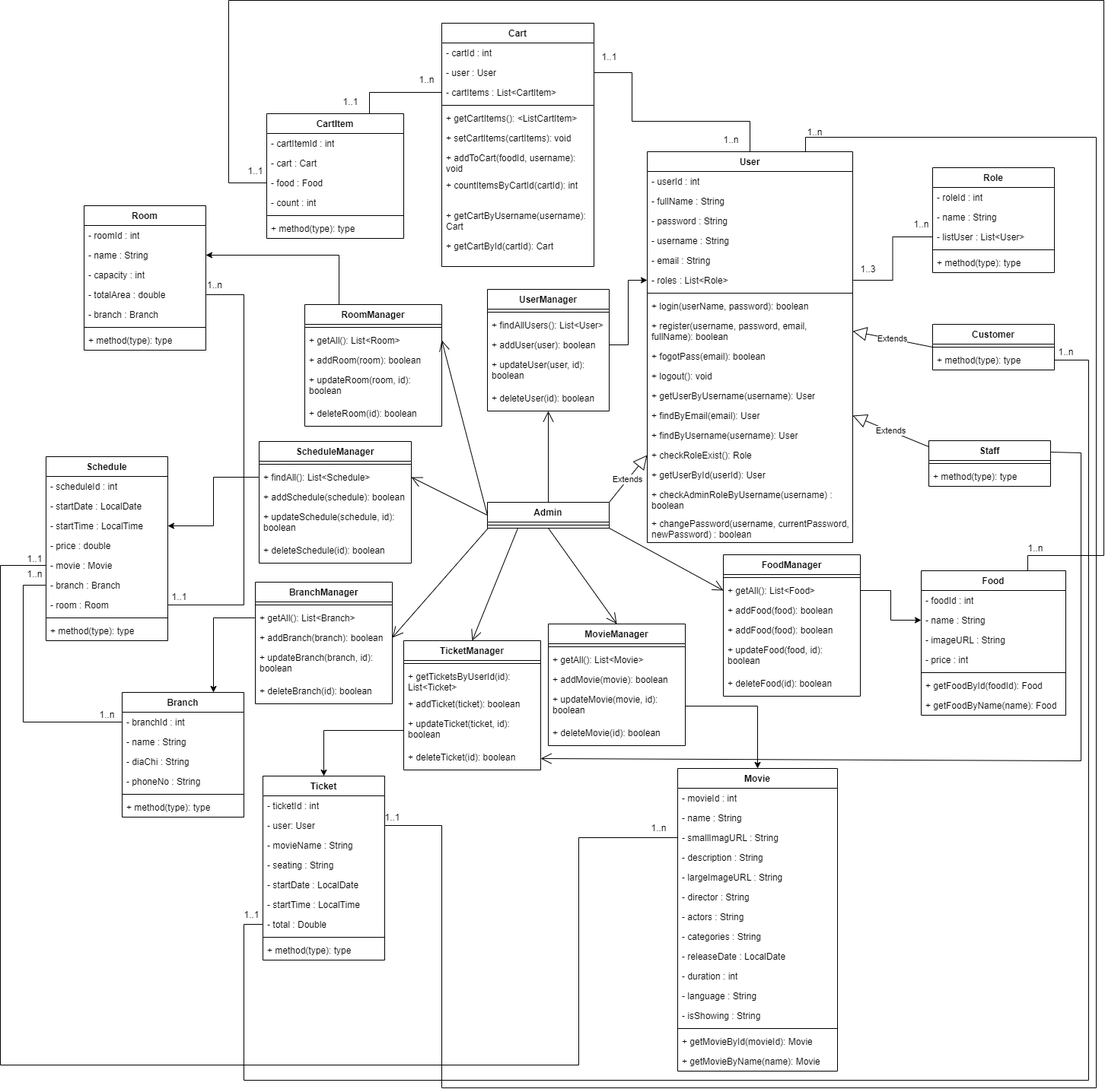
Before: docs/ClassDiagram.png, a diagram exported from draw.io (ElitotHuan/DACN_HeThongDatVe). Source tidied: cells renumbered, new cells last; positions are measured from the earlier drawing's top-left corner, leaving out a move shared by most shapes.
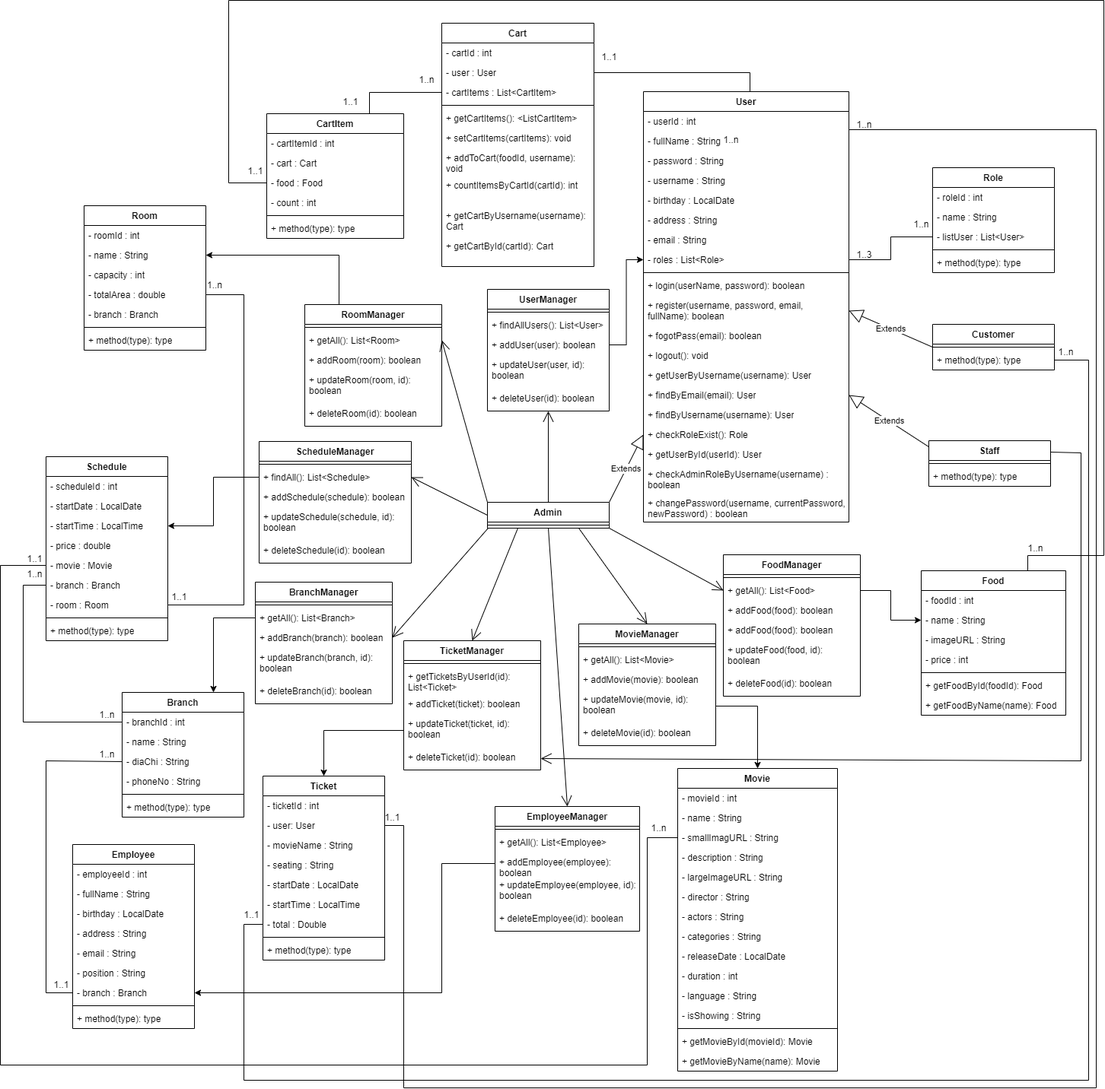
After the commit.

The edit, as a diff of the source:
```diff
@@ -203,3 +203,3 @@
     <mxCell id="68" value="MovieManager" style="swimlane;fontStyle=1;align=center;verticalAlign=top;horizontal=1;startSize=26;whiteSpace=wrap;html=1;" parent="1" vertex="1">
-      <mxGeometry x="720" y="820" width="180" height="160" as="geometry" />
+      <mxGeometry x="760" y="820" width="180" height="160" as="geometry" />
     </mxCell>
@@ -283,3 +283,3 @@
     </mxCell>
-    <mxCell id="95" style="endArrow=open;endFill=1;endSize=12;html=1;rounded=0;entryX=1;entryY=0.5;entryDx=0;entryDy=0;exitX=0;exitY=0.5;exitDx=0;exitDy=0;" parent="1" edge="1" source="66" target="83">
+    <mxCell id="95" style="endArrow=open;endFill=1;endSize=12;html=1;rounded=0;entryX=1;entryY=0.5;entryDx=0;entryDy=0;exitX=0;exitY=0;exitDx=0;exitDy=0;" parent="1" edge="1" source="66" target="83">
       <mxGeometry relative="1" as="geometry" />
@@ -298,3 +298,3 @@
     </mxCell>
-    <mxCell id="100" style="endArrow=open;endFill=1;endSize=12;html=1;rounded=0;entryX=0.5;entryY=0;entryDx=0;entryDy=0;exitX=0.5;exitY=1;exitDx=0;exitDy=0;" parent="1" edge="1" source="66" target="68">
+    <mxCell id="100" style="endArrow=open;endFill=1;endSize=12;html=1;rounded=0;entryX=0.5;entryY=0;entryDx=0;entryDy=0;exitX=0.75;exitY=1;exitDx=0;exitDy=0;" parent="1" edge="1" source="66" target="68">
       <mxGeometry relative="1" as="geometry" />
@@ -329,4 +329,4 @@
           <mxPoint y="1400" />
-          <mxPoint x="760" y="1400" />
-          <mxPoint x="760" y="1101" />
+          <mxPoint x="850" y="1400" />
+          <mxPoint x="850" y="1101" />
         </Array>
@@ -399,11 +399,10 @@
     </mxCell>
-    <mxCell id="128" style="edgeStyle=orthogonalEdgeStyle;rounded=0;jettySize=auto;html=1;exitX=1;exitY=0.5;exitDx=0;exitDy=0;entryX=0.75;entryY=0;entryDx=0;entryDy=0;endArrow=none;endFill=0;" parent="1" edge="1" source="112" target="144">
+    <mxCell id="128" style="edgeStyle=orthogonalEdgeStyle;rounded=0;jettySize=auto;html=1;exitX=1;exitY=0.5;exitDx=0;exitDy=0;entryX=1;entryY=0.5;entryDx=0;entryDy=0;endArrow=none;endFill=0;" parent="1" edge="1" source="112" target="145">
       <mxGeometry relative="1" as="geometry">
         <Array as="points">
-          <mxPoint x="580" y="1085" />
-          <mxPoint x="580" y="1430" />
+          <mxPoint x="530" y="1085" />
+          <mxPoint x="530" y="1430" />
           <mxPoint x="1440" y="1430" />
-          <mxPoint x="1440" y="180" />
-          <mxPoint x="1058" y="180" />
-          <mxPoint x="1058" y="200" />
+          <mxPoint x="1440" y="170" />
+          <mxPoint x="1115" y="170" />
         </Array>
@@ -469,3 +468,3 @@
     <mxCell id="144" value="User" style="swimlane;fontStyle=1;align=center;verticalAlign=top;horizontal=1;startSize=26;whiteSpace=wrap;html=1;" parent="1" vertex="1">
-      <mxGeometry x="850" y="199" width="270" height="514" as="geometry" />
+      <mxGeometry x="845" y="120" width="270" height="566" as="geometry" />
     </mxCell>
@@ -483,43 +482,49 @@
     </mxCell>
+    <mxCell id="200" value="-&amp;nbsp;birthday&lt;span style=&quot;background-color: initial;&quot;&gt;&amp;nbsp;:&amp;nbsp;&lt;/span&gt;LocalDate" style="text;strokeColor=none;fillColor=none;align=left;verticalAlign=top;spacingLeft=4;spacingRight=4;overflow=hidden;whiteSpace=wrap;html=1;" parent="144" vertex="1">
+      <mxGeometry y="130" width="270" height="26" as="geometry" />
+    </mxCell>
+    <mxCell id="201" value="-&amp;nbsp;address&lt;span style=&quot;background-color: initial;&quot;&gt;&amp;nbsp;: String&lt;/span&gt;" style="text;strokeColor=none;fillColor=none;align=left;verticalAlign=top;spacingLeft=4;spacingRight=4;overflow=hidden;whiteSpace=wrap;html=1;" parent="144" vertex="1">
+      <mxGeometry y="156" width="270" height="26" as="geometry" />
+    </mxCell>
     <mxCell id="149" value="- email : String" style="text;strokeColor=none;fillColor=none;align=left;verticalAlign=top;spacingLeft=4;spacingRight=4;overflow=hidden;whiteSpace=wrap;html=1;" parent="144" vertex="1">
-      <mxGeometry y="130" width="270" height="26" as="geometry" />
+      <mxGeometry y="182" width="270" height="26" as="geometry" />
     </mxCell>
     <mxCell id="150" value="- roles : List&amp;lt;Role&amp;gt;" style="text;strokeColor=none;fillColor=none;align=left;verticalAlign=top;spacingLeft=4;spacingRight=4;overflow=hidden;points=[[0,0.5],[1,0.5]];portConstraint=eastwest;whiteSpace=wrap;html=1;" parent="144" vertex="1">
-      <mxGeometry y="156" width="270" height="26" as="geometry" />
+      <mxGeometry y="208" width="270" height="26" as="geometry" />
     </mxCell>
     <mxCell id="151" style="line;strokeWidth=1;fillColor=none;align=left;verticalAlign=middle;spacingTop=-1;spacingLeft=3;spacingRight=3;labelPosition=right;strokeColor=inherit;" parent="144" vertex="1">
-      <mxGeometry y="182" width="270" height="8" as="geometry" />
+      <mxGeometry y="234" width="270" height="8" as="geometry" />
     </mxCell>
     <mxCell id="152" value="+ login(userName, password): boolean" style="text;strokeColor=none;fillColor=none;align=left;verticalAlign=top;spacingLeft=4;spacingRight=4;overflow=hidden;whiteSpace=wrap;html=1;" parent="144" vertex="1">
-      <mxGeometry y="190" width="270" height="26" as="geometry" />
+      <mxGeometry y="242" width="270" height="26" as="geometry" />
     </mxCell>
     <mxCell id="153" value="+ register(username, password, email, fullName): boolean" style="text;strokeColor=none;fillColor=none;align=left;verticalAlign=top;spacingLeft=4;spacingRight=4;overflow=hidden;points=[[0,0.5],[1,0.5]];portConstraint=eastwest;whiteSpace=wrap;html=1;" parent="144" vertex="1">
-      <mxGeometry y="216" width="270" height="40" as="geometry" />
+      <mxGeometry y="268" width="270" height="40" as="geometry" />
     </mxCell>
     <mxCell id="154" value="+ fogotPass(email): boolean" style="text;strokeColor=none;fillColor=none;align=left;verticalAlign=top;spacingLeft=4;spacingRight=4;overflow=hidden;whiteSpace=wrap;html=1;" parent="144" vertex="1">
-      <mxGeometry y="256" width="270" height="26" as="geometry" />
+      <mxGeometry y="308" width="270" height="26" as="geometry" />
     </mxCell>
     <mxCell id="155" value="+ logout(): void" style="text;strokeColor=none;fillColor=none;align=left;verticalAlign=top;spacingLeft=4;spacingRight=4;overflow=hidden;whiteSpace=wrap;html=1;" parent="144" vertex="1">
-      <mxGeometry y="282" width="270" height="26" as="geometry" />
+      <mxGeometry y="334" width="270" height="26" as="geometry" />
     </mxCell>
     <mxCell id="156" value="+ getUserByUsername(username): User" style="text;strokeColor=none;fillColor=none;align=left;verticalAlign=top;spacingLeft=4;spacingRight=4;overflow=hidden;whiteSpace=wrap;html=1;" parent="144" vertex="1">
-      <mxGeometry y="308" width="270" height="26" as="geometry" />
+      <mxGeometry y="360" width="270" height="26" as="geometry" />
     </mxCell>
     <mxCell id="157" value="+ findByEmail(email): User" style="text;strokeColor=none;fillColor=none;align=left;verticalAlign=top;spacingLeft=4;spacingRight=4;overflow=hidden;points=[[0,0.5],[1,0.5]];portConstraint=eastwest;whiteSpace=wrap;html=1;" parent="144" vertex="1">
-      <mxGeometry y="334" width="270" height="26" as="geometry" />
+      <mxGeometry y="386" width="270" height="26" as="geometry" />
     </mxCell>
     <mxCell id="158" value="+ findByUsername(username): User" style="text;strokeColor=none;fillColor=none;align=left;verticalAlign=top;spacingLeft=4;spacingRight=4;overflow=hidden;whiteSpace=wrap;html=1;" parent="144" vertex="1">
-      <mxGeometry y="360" width="270" height="26" as="geometry" />
+      <mxGeometry y="412" width="270" height="26" as="geometry" />
     </mxCell>
     <mxCell id="159" value="+&amp;nbsp;checkRoleExist&lt;span style=&quot;background-color: initial;&quot;&gt;(): Role&lt;/span&gt;" style="text;strokeColor=none;fillColor=none;align=left;verticalAlign=top;spacingLeft=4;spacingRight=4;overflow=hidden;points=[[0,0.5],[1,0.5]];portConstraint=eastwest;whiteSpace=wrap;html=1;" parent="144" vertex="1">
-      <mxGeometry y="386" width="270" height="26" as="geometry" />
+      <mxGeometry y="438" width="270" height="26" as="geometry" />
     </mxCell>
     <mxCell id="160" value="+ getUserById(userId): User" style="text;strokeColor=none;fillColor=none;align=left;verticalAlign=top;spacingLeft=4;spacingRight=4;overflow=hidden;whiteSpace=wrap;html=1;" parent="144" vertex="1">
-      <mxGeometry y="412" width="270" height="26" as="geometry" />
+      <mxGeometry y="464" width="270" height="26" as="geometry" />
     </mxCell>
     <mxCell id="161" value="+ checkAdminRoleByUsername(username) : boolean" style="text;strokeColor=none;fillColor=none;align=left;verticalAlign=top;spacingLeft=4;spacingRight=4;overflow=hidden;whiteSpace=wrap;html=1;" parent="144" vertex="1">
-      <mxGeometry y="438" width="270" height="38" as="geometry" />
+      <mxGeometry y="490" width="270" height="38" as="geometry" />
     </mxCell>
     <mxCell id="162" value="+ changePassword(username, currentPassword, newPassword) : boolean" style="text;strokeColor=none;fillColor=none;align=left;verticalAlign=top;spacingLeft=4;spacingRight=4;overflow=hidden;whiteSpace=wrap;html=1;" parent="144" vertex="1">
-      <mxGeometry y="476" width="270" height="38" as="geometry" />
+      <mxGeometry y="528" width="270" height="38" as="geometry" />
     </mxCell>
@@ -550,6 +555,6 @@
     <mxCell id="171" value="1..3" style="text;html=1;align=center;verticalAlign=middle;strokeColor=none;fillColor=none;" parent="1" vertex="1">
-      <mxGeometry x="1120" y="339" width="40" height="30" as="geometry" />
+      <mxGeometry x="1115" y="320" width="40" height="30" as="geometry" />
     </mxCell>
     <mxCell id="172" value="1..n" style="text;html=1;align=center;verticalAlign=middle;strokeColor=none;fillColor=none;" parent="1" vertex="1">
-      <mxGeometry x="1050" y="159" width="40" height="30" as="geometry" />
+      <mxGeometry x="1115" y="149" width="40" height="30" as="geometry" />
     </mxCell>
@@ -612,5 +617,4 @@
         <Array as="points">
-          <mxPoint x="985" y="159" />
-          <mxPoint x="830" y="159" />
-          <mxPoint x="830" y="95" />
+          <mxPoint x="985" y="120" />
+          <mxPoint x="985" y="95" />
         </Array>
@@ -655,2 +659,75 @@
     </mxCell>
+    <mxCell id="202" value="EmployeeManager" style="swimlane;fontStyle=1;align=center;verticalAlign=top;horizontal=1;startSize=26;whiteSpace=wrap;html=1;" parent="1" vertex="1">
+      <mxGeometry x="650" y="1060" width="190" height="164" as="geometry" />
+    </mxCell>
+    <mxCell id="203" style="line;strokeWidth=1;fillColor=none;align=left;verticalAlign=middle;spacingTop=-1;spacingLeft=3;spacingRight=3;labelPosition=right;strokeColor=inherit;" parent="202" vertex="1">
+      <mxGeometry y="26" width="190" height="8" as="geometry" />
+    </mxCell>
+    <mxCell id="204" value="+ getAll(): List&amp;lt;Employee&amp;gt;" style="text;strokeColor=none;fillColor=none;align=left;verticalAlign=top;spacingLeft=4;spacingRight=4;overflow=hidden;whiteSpace=wrap;html=1;" parent="202" vertex="1">
+      <mxGeometry y="34" width="190" height="26" as="geometry" />
+    </mxCell>
+    <mxCell id="205" value="+&amp;nbsp;addEmployee(employee&lt;span style=&quot;background-color: initial;&quot;&gt;): boolean&lt;/span&gt;" style="text;strokeColor=none;fillColor=none;align=left;verticalAlign=top;spacingLeft=4;spacingRight=4;overflow=hidden;points=[[0,0.5],[1,0.5]];portConstraint=eastwest;whiteSpace=wrap;html=1;" parent="202" vertex="1">
+      <mxGeometry y="60" width="190" height="30" as="geometry" />
+    </mxCell>
+    <mxCell id="206" value="+ updateEmployee&lt;span style=&quot;background-color: initial;&quot;&gt;(employee, id): boolean&lt;/span&gt;" style="text;strokeColor=none;fillColor=none;align=left;verticalAlign=top;spacingLeft=4;spacingRight=4;overflow=hidden;whiteSpace=wrap;html=1;" parent="202" vertex="1">
+      <mxGeometry y="90" width="190" height="44" as="geometry" />
+    </mxCell>
+    <mxCell id="207" value="+ deleteEmployee&lt;span style=&quot;background-color: initial;&quot;&gt;(id): boolean&lt;/span&gt;" style="text;strokeColor=none;fillColor=none;align=left;verticalAlign=top;spacingLeft=4;spacingRight=4;overflow=hidden;whiteSpace=wrap;html=1;" parent="202" vertex="1">
+      <mxGeometry y="134" width="190" height="30" as="geometry" />
+    </mxCell>
+    <mxCell id="208" style="endArrow=open;endFill=1;endSize=12;html=1;rounded=0;entryX=0.5;entryY=0;entryDx=0;entryDy=0;exitX=0.5;exitY=1;exitDx=0;exitDy=0;" parent="1" edge="1" source="66" target="202">
+      <mxGeometry relative="1" as="geometry" />
+    </mxCell>
+    <mxCell id="209" value="Employee" style="swimlane;fontStyle=1;align=center;verticalAlign=top;horizontal=1;startSize=26;whiteSpace=wrap;html=1;" parent="1" vertex="1">
+      <mxGeometry x="95" y="1110" width="160" height="242" as="geometry" />
+    </mxCell>
+    <mxCell id="210" value="- employeeId : int" style="text;strokeColor=none;fillColor=none;align=left;verticalAlign=top;spacingLeft=4;spacingRight=4;overflow=hidden;whiteSpace=wrap;html=1;" parent="209" vertex="1">
+      <mxGeometry y="26" width="160" height="26" as="geometry" />
+    </mxCell>
+    <mxCell id="211" value="-&amp;nbsp;fullName&lt;span style=&quot;background-color: initial;&quot;&gt;&amp;nbsp;: String&lt;/span&gt;" style="text;strokeColor=none;fillColor=none;align=left;verticalAlign=top;spacingLeft=4;spacingRight=4;overflow=hidden;whiteSpace=wrap;html=1;" parent="209" vertex="1">
+      <mxGeometry y="52" width="160" height="26" as="geometry" />
+    </mxCell>
+    <mxCell id="212" value="-&amp;nbsp;birthday&lt;span style=&quot;background-color: initial;&quot;&gt;&amp;nbsp;:&amp;nbsp;&lt;/span&gt;LocalDate" style="text;strokeColor=none;fillColor=none;align=left;verticalAlign=top;spacingLeft=4;spacingRight=4;overflow=hidden;whiteSpace=wrap;html=1;" parent="209" vertex="1">
+      <mxGeometry y="78" width="160" height="26" as="geometry" />
+    </mxCell>
+    <mxCell id="213" value="-&amp;nbsp;address&lt;span style=&quot;background-color: initial;&quot;&gt;&amp;nbsp;: String&lt;/span&gt;" style="text;strokeColor=none;fillColor=none;align=left;verticalAlign=top;spacingLeft=4;spacingRight=4;overflow=hidden;whiteSpace=wrap;html=1;" parent="209" vertex="1">
+      <mxGeometry y="104" width="160" height="26" as="geometry" />
+    </mxCell>
+    <mxCell id="214" value="-&amp;nbsp;email&lt;span style=&quot;background-color: initial;&quot;&gt;&amp;nbsp;: String&lt;/span&gt;" style="text;strokeColor=none;fillColor=none;align=left;verticalAlign=top;spacingLeft=4;spacingRight=4;overflow=hidden;whiteSpace=wrap;html=1;" parent="209" vertex="1">
+      <mxGeometry y="130" width="160" height="26" as="geometry" />
+    </mxCell>
+    <mxCell id="215" value="-&amp;nbsp;position&lt;span style=&quot;background-color: initial;&quot;&gt;&amp;nbsp;: String&lt;/span&gt;" style="text;strokeColor=none;fillColor=none;align=left;verticalAlign=top;spacingLeft=4;spacingRight=4;overflow=hidden;whiteSpace=wrap;html=1;" parent="209" vertex="1">
+      <mxGeometry y="156" width="160" height="26" as="geometry" />
+    </mxCell>
+    <mxCell id="216" value="- branch : Branch" style="text;strokeColor=none;fillColor=none;align=left;verticalAlign=top;spacingLeft=4;spacingRight=4;overflow=hidden;points=[[0,0.5],[1,0.5]];portConstraint=eastwest;whiteSpace=wrap;html=1;" parent="209" vertex="1">
+      <mxGeometry y="182" width="160" height="26" as="geometry" />
+    </mxCell>
+    <mxCell id="217" style="line;strokeWidth=1;fillColor=none;align=left;verticalAlign=middle;spacingTop=-1;spacingLeft=3;spacingRight=3;labelPosition=right;strokeColor=inherit;" parent="209" vertex="1">
+      <mxGeometry y="208" width="160" height="8" as="geometry" />
+    </mxCell>
+    <mxCell id="218" value="+ method(type): type" style="text;strokeColor=none;fillColor=none;align=left;verticalAlign=top;spacingLeft=4;spacingRight=4;overflow=hidden;whiteSpace=wrap;html=1;" parent="209" vertex="1">
+      <mxGeometry y="216" width="160" height="26" as="geometry" />
+    </mxCell>
+    <mxCell id="219" style="edgeStyle=orthogonalEdgeStyle;rounded=0;jettySize=auto;html=1;exitX=0;exitY=0.5;exitDx=0;exitDy=0;entryX=1;entryY=0.5;entryDx=0;entryDy=0;" parent="1" edge="1" source="205" target="216">
+      <mxGeometry relative="1" as="geometry">
+        <Array as="points">
+          <mxPoint x="580" y="1135" />
+          <mxPoint x="580" y="1305" />
+        </Array>
+      </mxGeometry>
+    </mxCell>
+    <mxCell id="220" style="edgeStyle=orthogonalEdgeStyle;rounded=0;jettySize=auto;html=1;exitX=0;exitY=0.5;exitDx=0;exitDy=0;entryX=0;entryY=0.5;entryDx=0;entryDy=0;endArrow=none;endFill=0;" parent="1" edge="1" source="216" target="5">
+      <mxGeometry relative="1" as="geometry">
+        <Array as="points">
+          <mxPoint x="60" y="1305" />
+          <mxPoint x="60" y="1000" />
+        </Array>
+      </mxGeometry>
+    </mxCell>
+    <mxCell id="221" value="1..n" style="text;html=1;align=center;verticalAlign=middle;strokeColor=none;fillColor=none;fontSize=12;" parent="1" vertex="1">
+      <mxGeometry x="120" y="977" width="40" height="30" as="geometry" />
+    </mxCell>
+    <mxCell id="222" value="1..1" style="text;html=1;align=center;verticalAlign=middle;strokeColor=none;fillColor=none;fontSize=12;" parent="1" vertex="1">
+      <mxGeometry x="60" y="1280" width="40" height="30" as="geometry" />
+    </mxCell>
   </root>
```
